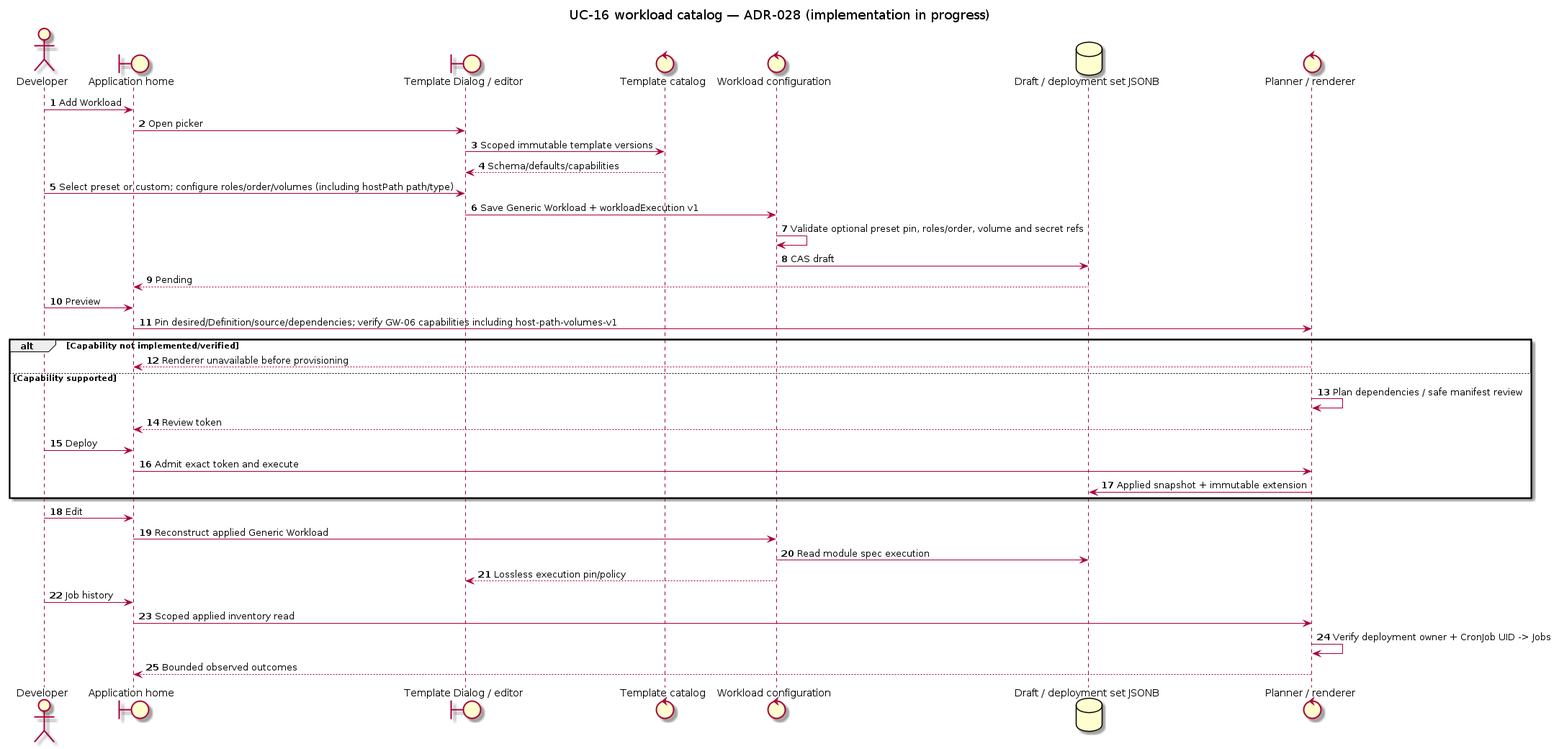
Earlier version of the PlantUML export orchestrator_docs/usecase/UC-16/workload-catalog-sequence.png (pr3s3nt/poc). Its source is kept beside it as orchestrator_docs/usecase/UC-16/workload-catalog-sequence.puml.
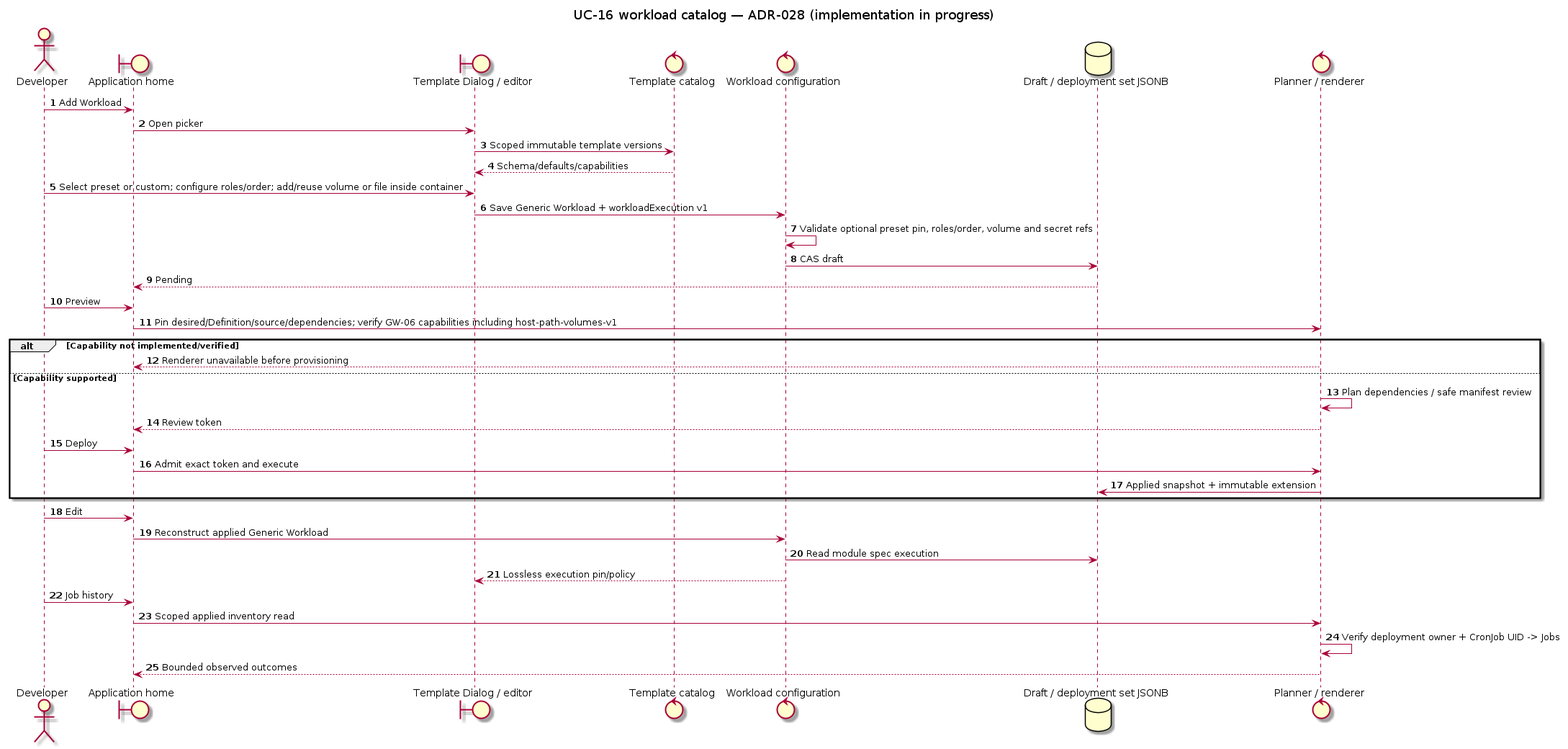
Above is the later version.

Change to the diagram source:
```diff
@@ -12,7 +12,7 @@
 Home -> UI: Open picker
 UI -> Catalog: Scoped immutable template versions
 Catalog --> UI: Schema/defaults/capabilities
-Developer -> UI: Select preset or custom; configure roles/order/volumes (including hostPath path/type)
+Developer -> UI: Select preset or custom; configure roles/order; add/reuse volume or file inside container
 UI -> Config: Save Generic Workload + workloadExecution v1
 Config -> Config: Validate optional preset pin, roles/order, volume and secret refs
 Config -> Store: CAS draft
```
